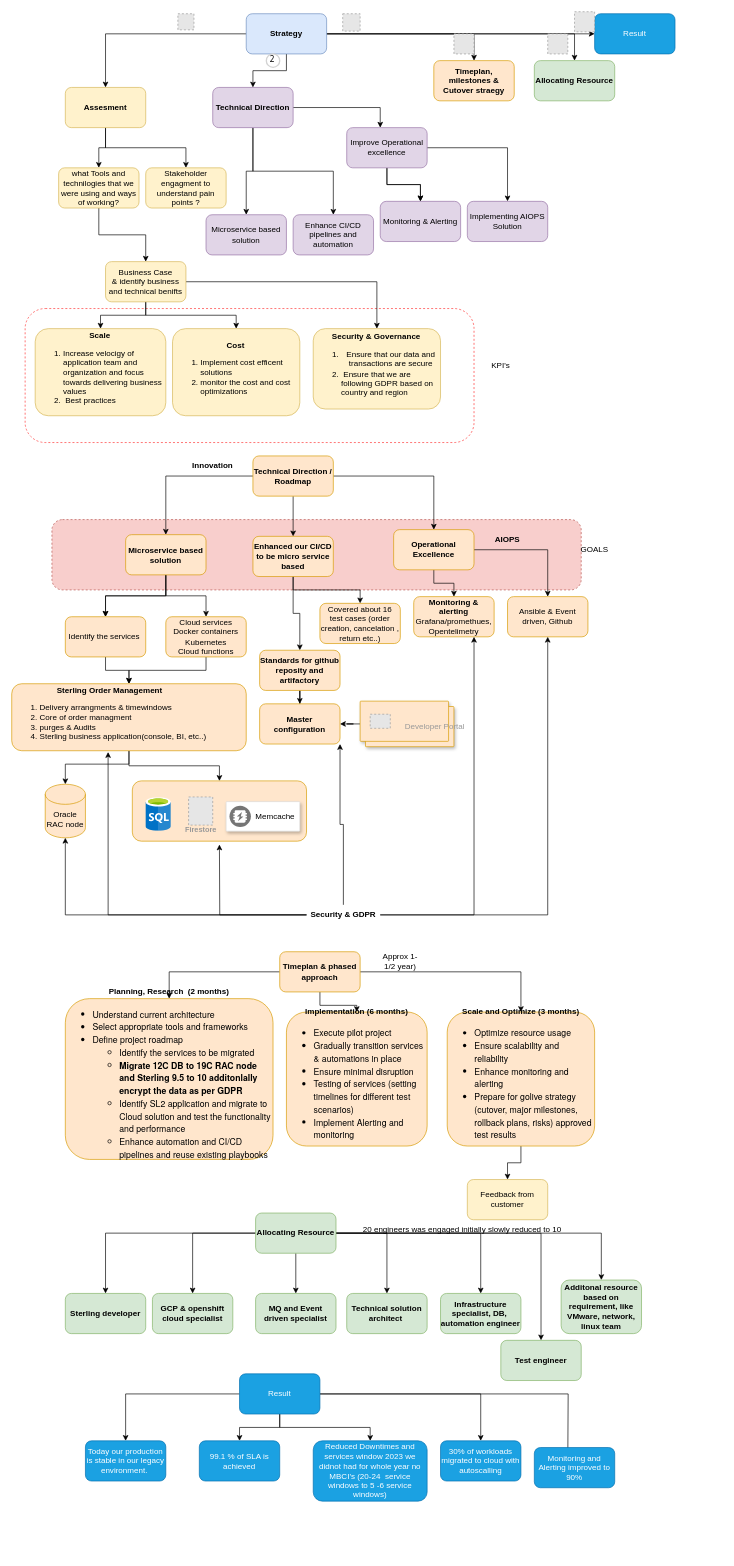
Earlier version of the draw.io diagram Untitled Diagram.drawio (chkamal2006/FlowChart). Source tidied: cells renumbered, new cells numbered last; positions are measured from the earlier drawing's top-left corner, leaving out a move shared by most shapes. Both pictures are drawn from the tidied source at 67%, with x=0, y=0 at pixel (11, 11). Pictures stored in the file or linked from it are replaced by grey dashed boxes.
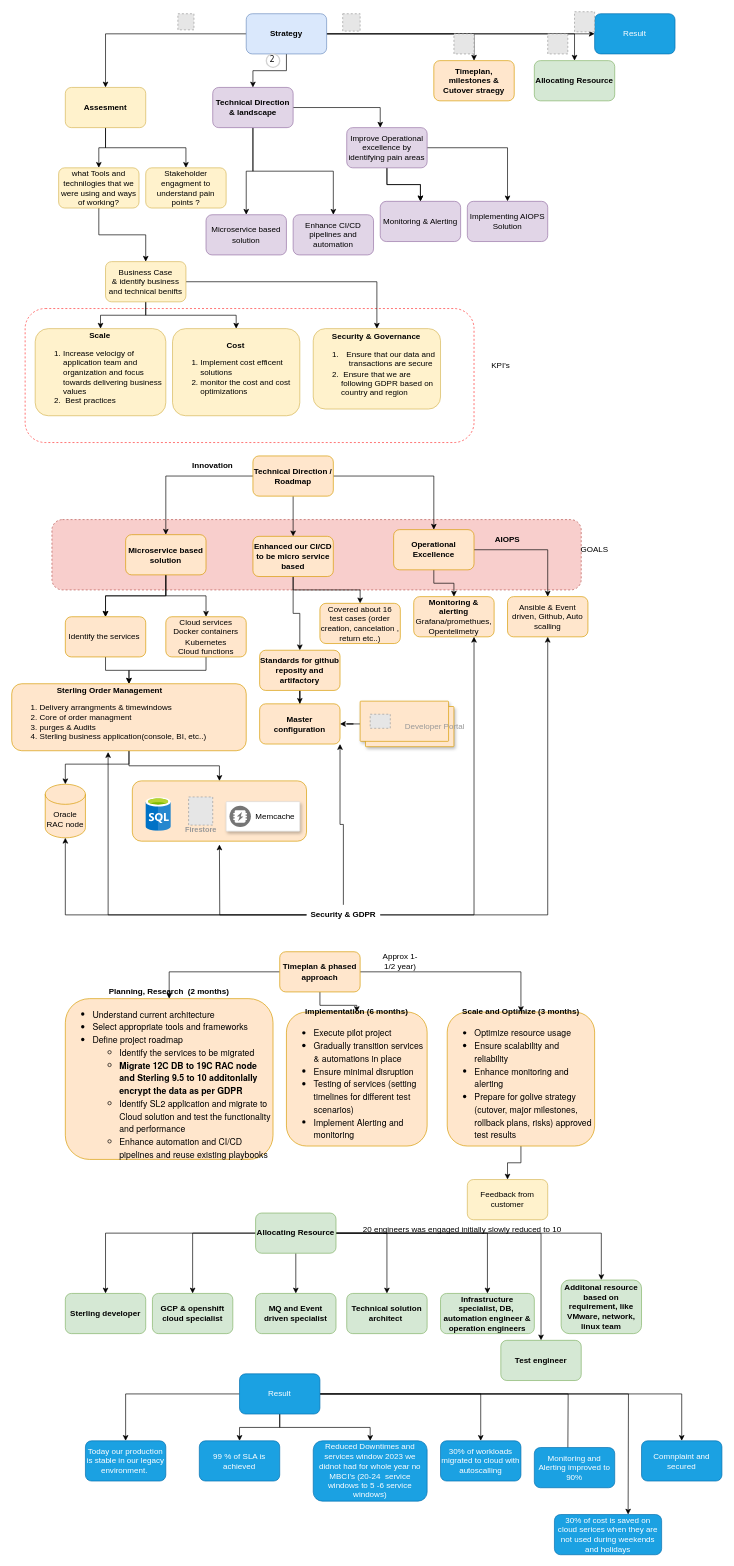
After the change.

The change refers to these unchanged cells:
```xml
<mxCell id="119" value="Result" style="rounded=1;whiteSpace=wrap;html=1;fillColor=#1ba1e2;fontColor=#ffffff;strokeColor=#006EAF;" parent="1" vertex="1">
  <mxGeometry x="340" y="2033" width="120" height="60" as="geometry" />
</mxCell>
```

Change to the diagram source:
```diff
@@
-    <mxCell id="27" value="Technical Direction" style="whiteSpace=wrap;html=1;rounded=1;fillColor=#e1d5e7;strokeColor=#9673a6;fontStyle=1;" parent="1" vertex="1">
+    <mxCell id="27" value="Technical Direction &amp;amp; landscape" style="whiteSpace=wrap;html=1;rounded=1;fillColor=#e1d5e7;strokeColor=#9673a6;fontStyle=1;" parent="1" vertex="1">
       <mxGeometry x="300" y="113" width="120" height="60" as="geometry" />
     </mxCell>
@@
-    <mxCell id="33" value="Improve Operational excellence" style="whiteSpace=wrap;html=1;rounded=1;fillColor=#e1d5e7;strokeColor=#9673a6;" parent="1" vertex="1">
+    <mxCell id="33" value="Improve Operational excellence by identifying pain areas" style="whiteSpace=wrap;html=1;rounded=1;fillColor=#e1d5e7;strokeColor=#9673a6;" parent="1" vertex="1">
       <mxGeometry x="500" y="173" width="120" height="60" as="geometry" />
     </mxCell>
@@
-    <mxCell id="65" value="Ansible &amp;amp; Event driven, Github" style="whiteSpace=wrap;html=1;rounded=1;fillColor=#ffe6cc;strokeColor=#d79b00;" parent="1" vertex="1">
+    <mxCell id="65" value="Ansible &amp;amp; Event driven, Github, Auto scalling" style="whiteSpace=wrap;html=1;rounded=1;fillColor=#ffe6cc;strokeColor=#d79b00;" parent="1" vertex="1">
       <mxGeometry x="740" y="873" width="120" height="60" as="geometry" />
     </mxCell>
@@
-    <mxCell id="109" value="Infrastructure specialist, DB,&amp;nbsp; automation engineer" style="whiteSpace=wrap;html=1;rounded=1;fontStyle=1;fillColor=#d5e8d4;strokeColor=#82b366;" parent="1" vertex="1">
-      <mxGeometry x="640" y="1913" width="120" height="60" as="geometry" />
+    <mxCell id="109" value="Infrastructure specialist, DB,&amp;nbsp; automation engineer &amp;amp; operation engineers" style="whiteSpace=wrap;html=1;rounded=1;fontStyle=1;fillColor=#d5e8d4;strokeColor=#82b366;" parent="1" vertex="1">
+      <mxGeometry x="640" y="1913" width="140" height="60" as="geometry" />
     </mxCell>
@@
+    <mxCell id="128" style="edgeStyle=orthogonalEdgeStyle;rounded=0;jettySize=auto;html=1;" parent="1" edge="1" source="119">
+      <mxGeometry relative="1" as="geometry">
+        <mxPoint x="920" y="2243" as="targetPoint" />
+      </mxGeometry>
+    </mxCell>
+    <mxCell id="129" style="edgeStyle=orthogonalEdgeStyle;rounded=0;jettySize=auto;html=1;" parent="1" edge="1" source="119" target="131">
+      <mxGeometry relative="1" as="geometry" />
+    </mxCell>
@@
-    <mxCell id="121" value="99.1 % of SLA is achieved" style="whiteSpace=wrap;html=1;rounded=1;fillColor=#1ba1e2;fontColor=#ffffff;strokeColor=#006EAF;" parent="1" vertex="1">
+    <mxCell id="121" value="99 % of SLA is achieved" style="whiteSpace=wrap;html=1;rounded=1;fillColor=#1ba1e2;fontColor=#ffffff;strokeColor=#006EAF;" parent="1" vertex="1">
       <mxGeometry x="280" y="2133" width="120" height="60" as="geometry" />
     </mxCell>
@@
+    <mxCell id="130" value="30% of cost is saved on cloud serices when they are not used during weekends and holidays" style="whiteSpace=wrap;html=1;rounded=1;fillColor=#1ba1e2;fontColor=#ffffff;strokeColor=#006EAF;" parent="1" vertex="1">
+      <mxGeometry x="810" y="2243" width="160" height="60" as="geometry" />
+    </mxCell>
+    <mxCell id="131" value="Comnplaint and secured" style="rounded=1;whiteSpace=wrap;html=1;fillColor=#1ba1e2;fontColor=#ffffff;strokeColor=#006EAF;" parent="1" vertex="1">
+      <mxGeometry x="940" y="2133" width="120" height="60" as="geometry" />
+    </mxCell>
```
